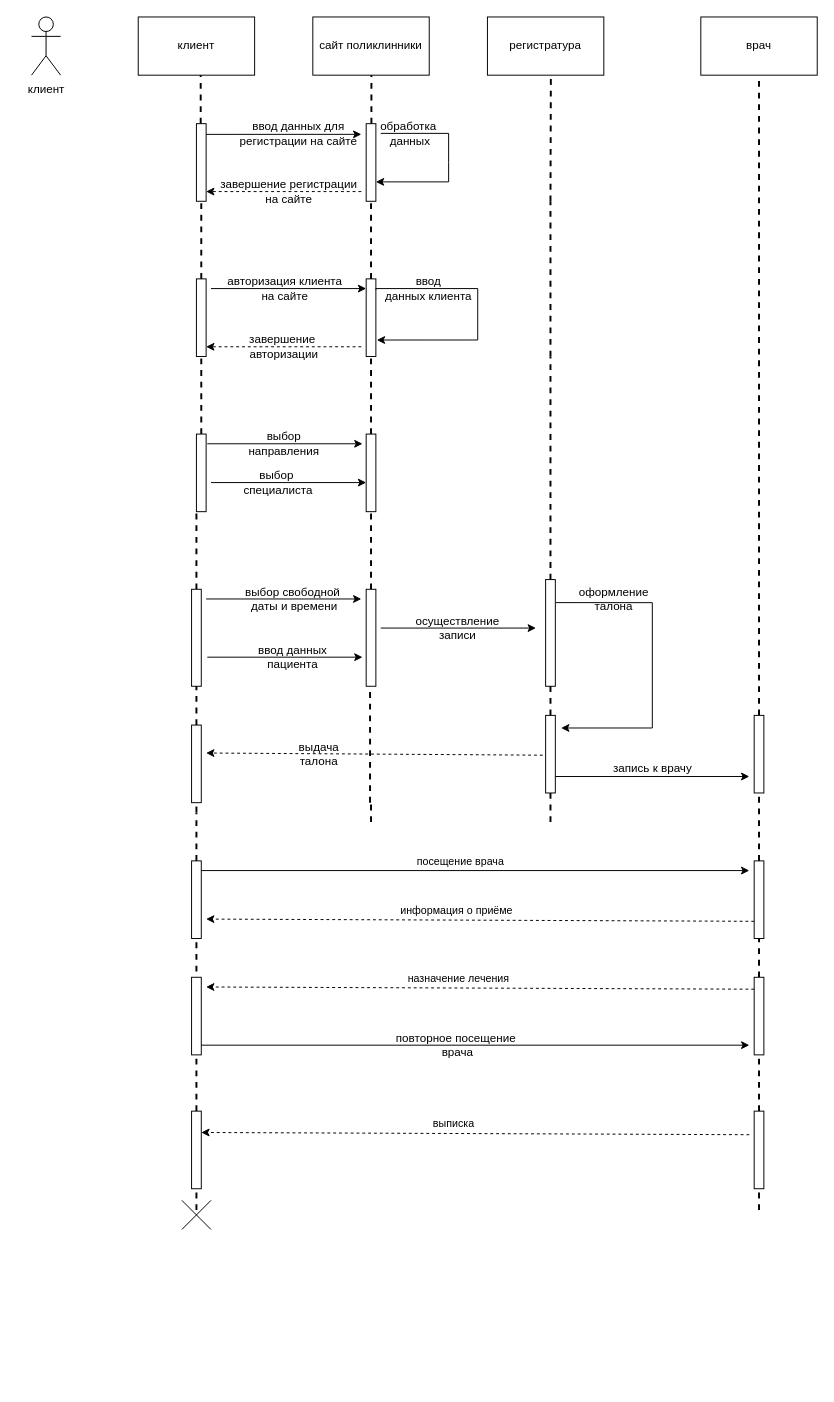
This is page "Страница 1" (1 of 2) of poliklinika_uml.drawio from zzubkovaaa/uml2, a draw.io file, before an edit. Source tidied: cells renumbered, new cells numbered last; positions are measured from the earlier drawing's top-left corner, leaving out a move shared by most shapes. Both pictures are drawn from the tidied source at 97%, with x=0, y=0 at pixel (16, 16).
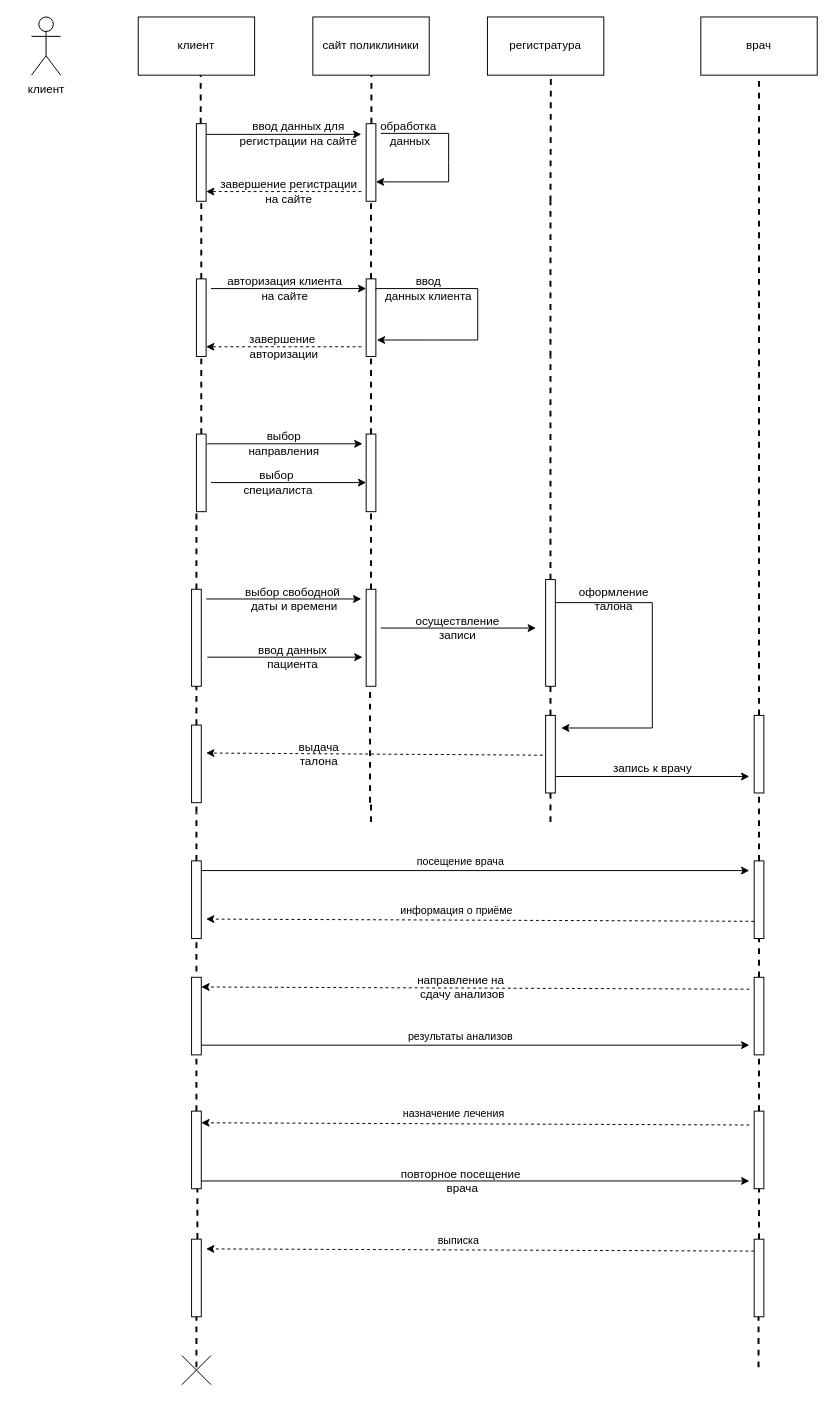
Above is the later version.

The change refers to these unchanged cells:
```xml
<mxCell id="83" style="html=1;points=[];perimeter=orthogonalPerimeter;" parent="1" vertex="1">
  <mxGeometry x="180" y="1128" width="10" height="80" as="geometry" />
</mxCell>
<mxCell id="85" style="html=1;points=[];perimeter=orthogonalPerimeter;" parent="1" vertex="1">
  <mxGeometry x="760" y="1128" width="10" height="80" as="geometry" />
</mxCell>
```

Change to the diagram source:
```diff
@@
-    <mxCell id="3" value="сайт поликлинники" style="rounded=0;whiteSpace=wrap;html=1;" parent="1" vertex="1">
+    <mxCell id="3" value="сайт поликлиники" style="rounded=0;whiteSpace=wrap;html=1;" parent="1" vertex="1">
       <mxGeometry x="305" width="120" height="60" as="geometry" />
     </mxCell>
@@
     <mxCell id="79" style="endArrow=classic;html=1;rounded=0;dashed=1;exitX=-0.3;exitY=0.513;exitDx=0;exitDy=0;exitPerimeter=0;" parent="1" edge="1">
       <mxGeometry relative="1" as="geometry">
-        <mxPoint x="760" y="1002.3" as="sourcePoint" />
-        <mxPoint x="195" y="1000" as="targetPoint" />
+        <mxPoint x="755" y="1142.3" as="sourcePoint" />
+        <mxPoint x="190" y="1140" as="targetPoint" />
       </mxGeometry>
     </mxCell>
@@
-    <mxCell id="81" style="endArrow=classic;html=1;rounded=0;exitX=1;exitY=0.788;exitDx=0;exitDy=0;exitPerimeter=0;" parent="1" edge="1">
+    <mxCell id="81" style="endArrow=classic;html=1;rounded=0;" parent="1" edge="1">
       <mxGeometry relative="1" as="geometry">
-        <mxPoint x="190" y="1060" as="sourcePoint" />
-        <mxPoint x="755" y="1060" as="targetPoint" />
+        <mxPoint x="185" y="1200" as="sourcePoint" />
+        <mxPoint x="755" y="1200" as="targetPoint" />
       </mxGeometry>
     </mxCell>
     <mxCell id="82" value="повторное посещение&amp;nbsp;&lt;br&gt;врача" style="text;html=1;align=center;verticalAlign=middle;strokeColor=none;fillColor=none;" parent="1" vertex="1">
-      <mxGeometry x="379.1" y="1040" width="150" height="40" as="geometry" />
+      <mxGeometry x="384.1" y="1180" width="150" height="40" as="geometry" />
     </mxCell>
@@
-    <mxCell id="84" style="endArrow=none;dashed=1;html=1;strokeWidth=2;rounded=0;" parent="1" edge="1" target="83">
-      <mxGeometry relative="1" as="geometry">
-        <mxPoint x="185" y="1230" as="sourcePoint" />
-      </mxGeometry>
+    <mxCell id="84" style="endArrow=none;dashed=1;html=1;strokeWidth=2;rounded=0;exitX=0.6;exitY=-0.003;exitDx=0;exitDy=0;exitPerimeter=0;" parent="1" edge="1" source="90" target="83">
+      <mxGeometry relative="1" as="geometry" />
     </mxCell>
@@
-    <mxCell id="86" style="endArrow=none;dashed=1;html=1;strokeWidth=2;rounded=0;startArrow=none;" parent="1" edge="1" target="85">
-      <mxGeometry relative="1" as="geometry">
-        <mxPoint x="765" y="1230" as="sourcePoint" />
-      </mxGeometry>
+    <mxCell id="86" style="endArrow=none;dashed=1;html=1;strokeWidth=2;rounded=0;startArrow=none;" parent="1" edge="1" source="91" target="85">
+      <mxGeometry relative="1" as="geometry" />
     </mxCell>
     <mxCell id="87" style="endArrow=classic;html=1;rounded=0;dashed=1;exitX=-0.3;exitY=0.513;exitDx=0;exitDy=0;exitPerimeter=0;" parent="1" edge="1">
       <mxGeometry relative="1" as="geometry">
-        <mxPoint x="755" y="1152.3" as="sourcePoint" />
-        <mxPoint x="190" y="1150" as="targetPoint" />
+        <mxPoint x="760" y="1272.3" as="sourcePoint" />
+        <mxPoint x="195" y="1270" as="targetPoint" />
       </mxGeometry>
     </mxCell>
@@
     <mxCell id="89" style="shape=umlDestroy;" parent="1" vertex="1">
-      <mxGeometry x="170" y="1220" width="30" height="30" as="geometry" />
+      <mxGeometry x="170" y="1380" width="30" height="30" as="geometry" />
     </mxCell>
+    <mxCell id="90" style="html=1;points=[];perimeter=orthogonalPerimeter;" parent="1" vertex="1">
+      <mxGeometry x="180" y="1260" width="10" height="80" as="geometry" />
+    </mxCell>
+    <mxCell id="91" style="html=1;points=[];perimeter=orthogonalPerimeter;" parent="1" vertex="1">
+      <mxGeometry x="760" y="1260" width="10" height="80" as="geometry" />
+    </mxCell>
+    <mxCell id="92" style="endArrow=classic;html=1;rounded=0;dashed=1;exitX=-0.3;exitY=0.513;exitDx=0;exitDy=0;exitPerimeter=0;" parent="1" edge="1">
+      <mxGeometry relative="1" as="geometry">
+        <mxPoint x="755" y="1002.3" as="sourcePoint" />
+        <mxPoint x="190" y="1000" as="targetPoint" />
+      </mxGeometry>
+    </mxCell>
+    <mxCell id="93" value="направление на&amp;nbsp;&lt;br&gt;сдачу анализов&lt;br&gt;" style="text;html=1;align=center;verticalAlign=middle;strokeColor=none;fillColor=none;" parent="1" vertex="1">
+      <mxGeometry x="399.1" y="980" width="120" height="40" as="geometry" />
+    </mxCell>
+    <mxCell id="94" style="endArrow=classic;html=1;rounded=0;exitX=1;exitY=0.788;exitDx=0;exitDy=0;exitPerimeter=0;" parent="1" edge="1">
+      <mxGeometry relative="1" as="geometry">
+        <mxPoint x="190" y="1060" as="sourcePoint" />
+        <mxPoint x="755" y="1060" as="targetPoint" />
+      </mxGeometry>
+    </mxCell>
+    <mxCell id="95" value="результаты анализов" style="edgeLabel;html=1;align=center;verticalAlign=middle;" parent="94" vertex="1">
+      <mxGeometry x="-0.07" y="4" relative="1" as="geometry">
+        <mxPoint x="3" y="-6" as="offset" />
+      </mxGeometry>
+    </mxCell>
+    <mxCell id="96" style="endArrow=none;dashed=1;html=1;strokeWidth=2;rounded=0;startArrow=none;" parent="1" edge="1">
+      <mxGeometry relative="1" as="geometry">
+        <mxPoint x="185" y="1392" as="sourcePoint" />
+        <mxPoint x="185" y="1340" as="targetPoint" />
+      </mxGeometry>
+    </mxCell>
+    <mxCell id="97" style="endArrow=none;dashed=1;html=1;strokeWidth=2;rounded=0;startArrow=none;" parent="1" edge="1">
+      <mxGeometry x="-1" y="73" relative="1" as="geometry">
+        <mxPoint x="764.5" y="1392" as="sourcePoint" />
+        <mxPoint x="764.5" y="1340" as="targetPoint" />
+        <mxPoint x="53" y="70" as="offset" />
+      </mxGeometry>
+    </mxCell>
```
